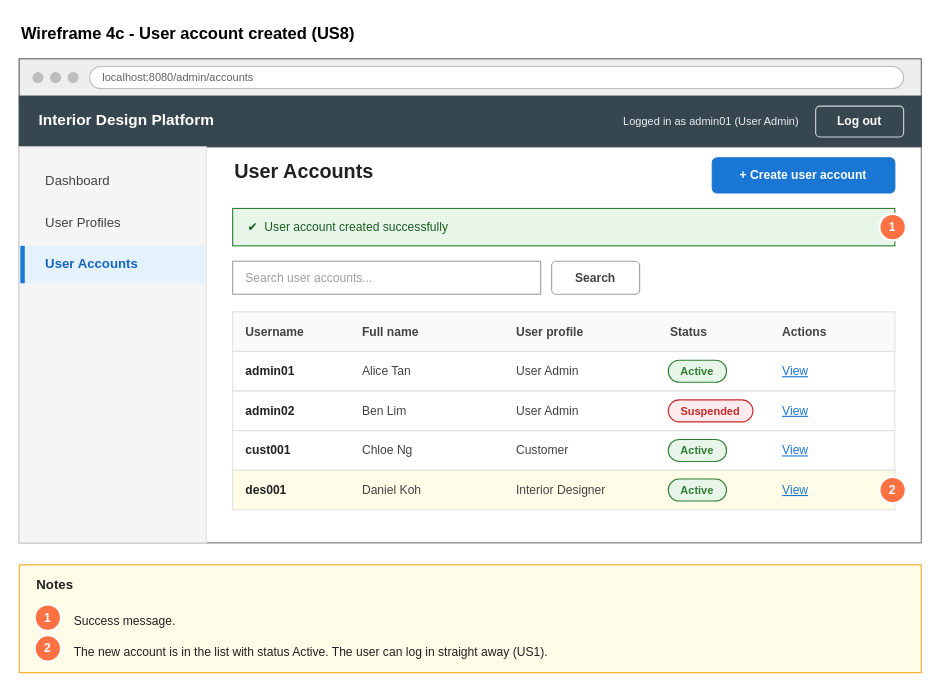
Above: page "4c Wireframe - Account created" (4 of 6) of Sprint_1/US8 - Create User Account/US8 Create user account.drawio in Hanzxc/CSIT314-ARCHSS (draw.io), before the change. Source tidied: cells renumbered, new cells numbered last; positions are measured from the earlier drawing's top-left corner, leaving out a move shared by most shapes. Both pictures are drawn from the tidied source at 110%, with x=0, y=0 at pixel (19, 19).
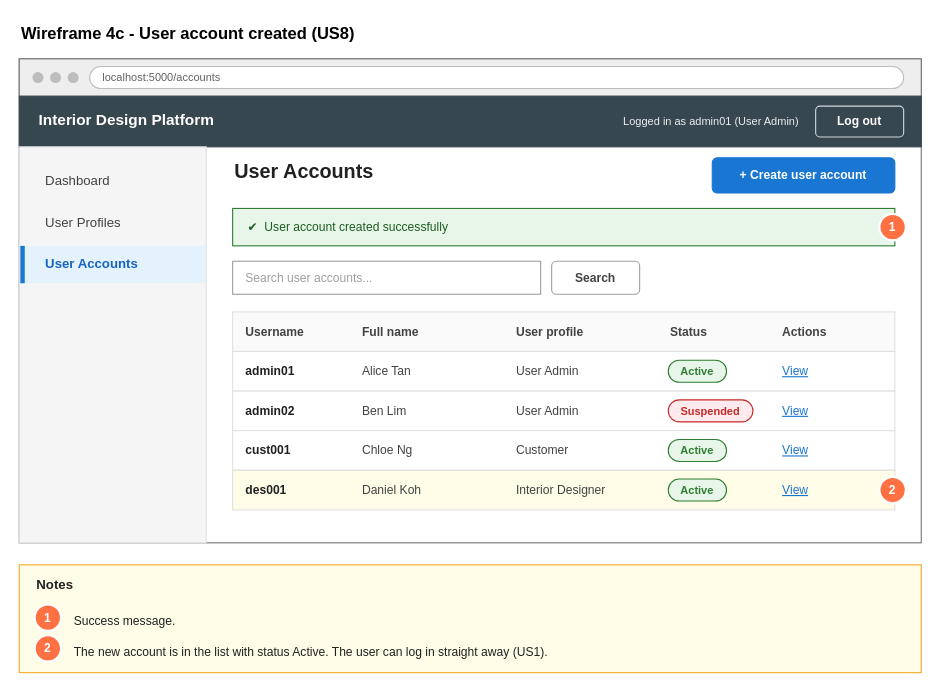
After the change.

Diff of the diagram source:
```diff
@@
-    <mxCell id="8" value="localhost:8080/admin/accounts" style="rounded=1;whiteSpace=wrap;html=1;fillColor=#FFFFFF;strokeColor=#BDBDBD;fontSize=10;fontColor=#616161;align=left;spacingLeft=10;arcSize=50;" parent="1" vertex="1">
+    <mxCell id="8" value="localhost:5000/accounts" style="rounded=1;whiteSpace=wrap;html=1;fillColor=#FFFFFF;strokeColor=#BDBDBD;fontSize=10;fontColor=#616161;align=left;spacingLeft=10;arcSize=50;" parent="1" vertex="1">
       <mxGeometry x="64" y="43" width="740" height="20" as="geometry" />
     </mxCell>
```
